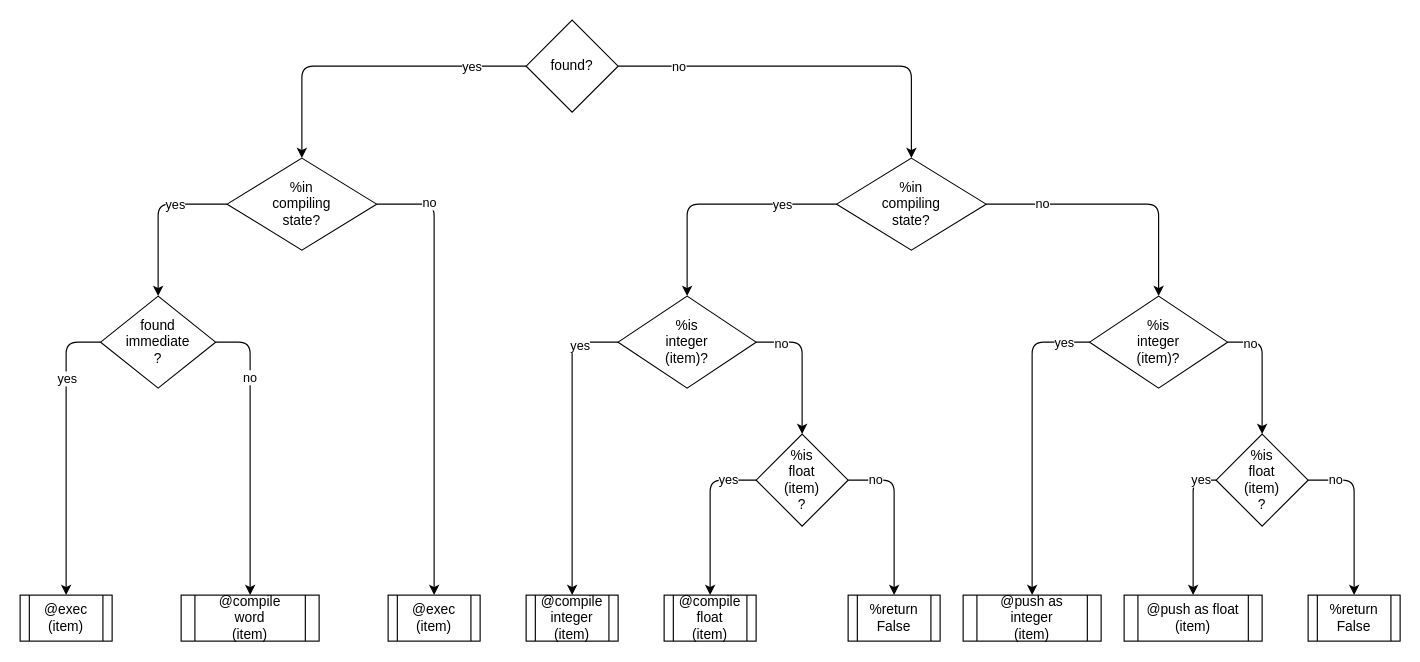
The draw.io diagram example_frish.drawio in guitarvydas/dtree, before the edit. Source tidied: cells renumbered, new cells numbered last; positions are measured from the earlier drawing's top-left corner, leaving out a move shared by most shapes. Both pictures are drawn from the tidied source at 115%, with x=0, y=0 at pixel (20, 20).
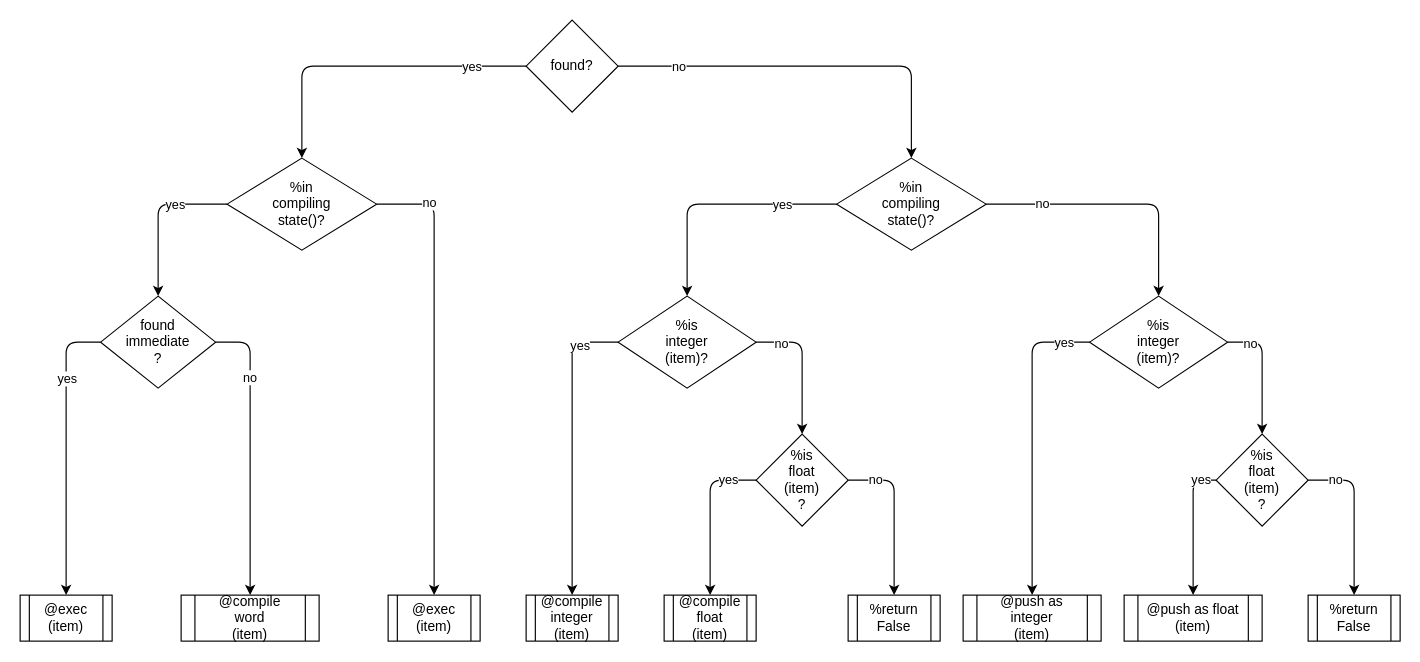
The same page after the edit.

What changed in the source:
```diff
@@
-    <mxCell id="11" value="%in&lt;div&gt;compiling&lt;/div&gt;&lt;div&gt;state?&lt;/div&gt;" style="rhombus;whiteSpace=wrap;html=1;" parent="1" vertex="1">
+    <mxCell id="11" value="%in&lt;div&gt;compiling&lt;/div&gt;&lt;div&gt;state()?&lt;/div&gt;" style="rhombus;whiteSpace=wrap;html=1;" parent="1" vertex="1">
       <mxGeometry x="180" y="120" width="130" height="80" as="geometry" />
     </mxCell>
@@
-    <mxCell id="16" value="%in&lt;div&gt;compiling&lt;/div&gt;&lt;div&gt;state?&lt;/div&gt;" style="rhombus;whiteSpace=wrap;html=1;" parent="1" vertex="1">
+    <mxCell id="16" value="%in&lt;div&gt;compiling&lt;/div&gt;&lt;div&gt;state()?&lt;/div&gt;" style="rhombus;whiteSpace=wrap;html=1;" parent="1" vertex="1">
       <mxGeometry x="710" y="120" width="130" height="80" as="geometry" />
     </mxCell>
```
